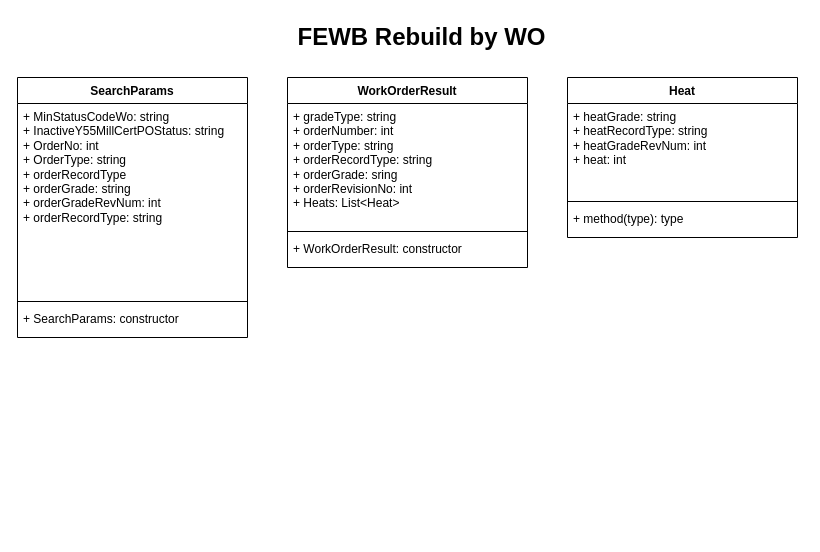
Earlier version of the draw.io diagram Diagrams/Untitled Diagram.drawio (LongJohnBlackbeard/IntegrifyAPITesting). Source tidied: cells renumbered, new cells numbered last; positions are measured from the earlier drawing's top-left corner, leaving out a move shared by most shapes. Both pictures are drawn from the tidied source at 100%, with x=0, y=0 at pixel (17, 17).
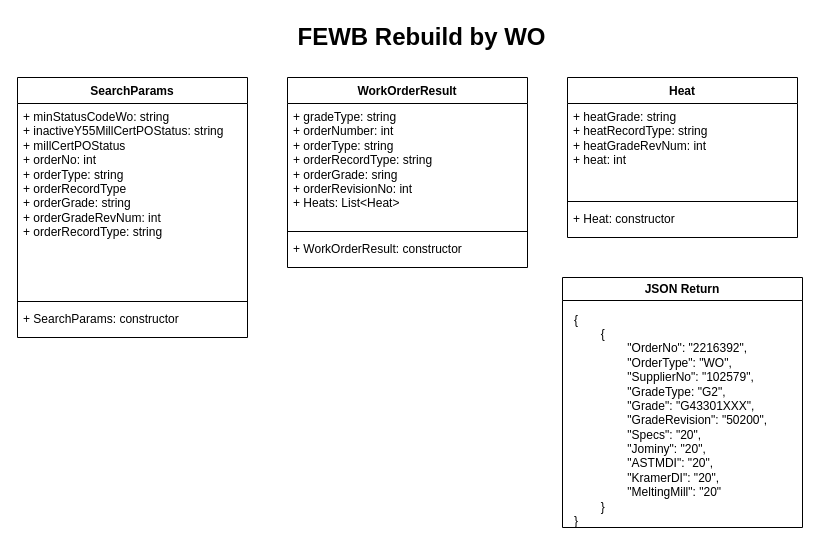
The same diagram, later.

Commit message:
added json result

The edit, as a diff of the source:
```diff
@@
 <mxGraphModel>
   <root>
     <mxCell id="0" />
     <mxCell id="1" parent="0" />
     <mxCell id="2" value="SearchParams" style="swimlane;fontStyle=1;align=center;verticalAlign=top;horizontal=1;startSize=26;whiteSpace=wrap;html=1;" parent="1" vertex="1">
       <mxGeometry y="60" width="230" height="260" as="geometry" />
     </mxCell>
-    <mxCell id="3" value="+ MinStatusCodeWo: string&lt;br&gt;+ InactiveY55MillCertPOStatus: string&lt;br&gt;+ OrderNo: int&lt;br&gt;+ OrderType: string&lt;br&gt;+ orderRecordType&lt;br&gt;+ orderGrade: string&lt;br&gt;+ orderGradeRevNum: int&lt;br&gt;+ orderRecordType: string" style="text;strokeColor=none;fillColor=none;align=left;verticalAlign=top;spacingLeft=4;spacingRight=4;overflow=hidden;whiteSpace=wrap;html=1;" parent="2" vertex="1">
+    <mxCell id="3" value="+ minStatusCodeWo: string&lt;br&gt;+ inactiveY55MillCertPOStatus: string&lt;br&gt;+ millCertPOStatus&lt;br&gt;+ orderNo: int&lt;br&gt;+ orderType: string&lt;br&gt;+ orderRecordType&lt;br&gt;+ orderGrade: string&lt;br&gt;+ orderGradeRevNum: int&lt;br&gt;+ orderRecordType: string&lt;br&gt;" style="text;strokeColor=none;fillColor=none;align=left;verticalAlign=top;spacingLeft=4;spacingRight=4;overflow=hidden;whiteSpace=wrap;html=1;" parent="2" vertex="1">
       <mxGeometry y="26" width="230" height="194" as="geometry" />
     </mxCell>
     <mxCell id="4" style="line;strokeWidth=1;fillColor=none;align=left;verticalAlign=middle;spacingTop=-1;spacingLeft=3;spacingRight=3;labelPosition=right;strokeColor=inherit;" parent="2" vertex="1">
       <mxGeometry y="220" width="230" height="8" as="geometry" />
     </mxCell>
     <mxCell id="5" value="+&amp;nbsp;SearchParams: constructor" style="text;strokeColor=none;fillColor=none;align=left;verticalAlign=top;spacingLeft=4;spacingRight=4;overflow=hidden;whiteSpace=wrap;html=1;" parent="2" vertex="1">
       <mxGeometry y="228" width="230" height="32" as="geometry" />
     </mxCell>
     <mxCell id="6" value="FEWB Rebuild by WO" style="text;strokeColor=none;fillColor=none;html=1;fontSize=24;fontStyle=1;verticalAlign=middle;align=center;" parent="1" vertex="1">
       <mxGeometry x="354" width="100" height="40" as="geometry" />
     </mxCell>
     <mxCell id="7" value="WorkOrderResult" style="swimlane;fontStyle=1;align=center;verticalAlign=top;horizontal=1;startSize=26;whiteSpace=wrap;html=1;" parent="1" vertex="1">
       <mxGeometry x="270" y="60" width="240" height="190" as="geometry" />
     </mxCell>
     <mxCell id="8" value="+ gradeType: string&lt;br&gt;+ orderNumber: int&lt;br&gt;+ orderType: string&lt;br&gt;+ orderRecordType: string&lt;br&gt;+ orderGrade: sring&lt;br&gt;+ orderRevisionNo: int&lt;br&gt;+ Heats: List&amp;lt;Heat&amp;gt;" style="text;strokeColor=none;fillColor=none;align=left;verticalAlign=top;spacingLeft=4;spacingRight=4;overflow=hidden;whiteSpace=wrap;html=1;" parent="7" vertex="1">
       <mxGeometry y="26" width="240" height="124" as="geometry" />
     </mxCell>
     <mxCell id="9" style="line;strokeWidth=1;fillColor=none;align=left;verticalAlign=middle;spacingTop=-1;spacingLeft=3;spacingRight=3;labelPosition=right;strokeColor=inherit;" parent="7" vertex="1">
       <mxGeometry y="150" width="240" height="8" as="geometry" />
     </mxCell>
     <mxCell id="10" value="+ WorkOrderResult: constructor" style="text;strokeColor=none;fillColor=none;align=left;verticalAlign=top;spacingLeft=4;spacingRight=4;overflow=hidden;whiteSpace=wrap;html=1;" parent="7" vertex="1">
       <mxGeometry y="158" width="240" height="32" as="geometry" />
     </mxCell>
     <mxCell id="11" value="Heat" style="swimlane;fontStyle=1;align=center;verticalAlign=top;horizontal=1;startSize=26;whiteSpace=wrap;html=1;" parent="1" vertex="1">
       <mxGeometry x="550" y="60" width="230" height="160" as="geometry" />
     </mxCell>
     <mxCell id="12" value="+ heatGrade: string&lt;br style=&quot;border-color: var(--border-color);&quot;&gt;+ heatRecordType: string&lt;br style=&quot;border-color: var(--border-color);&quot;&gt;+ heatGradeRevNum: int&lt;br style=&quot;border-color: var(--border-color);&quot;&gt;+ heat: int" style="text;strokeColor=none;fillColor=none;align=left;verticalAlign=top;spacingLeft=4;spacingRight=4;overflow=hidden;whiteSpace=wrap;html=1;" parent="11" vertex="1">
       <mxGeometry y="26" width="230" height="94" as="geometry" />
     </mxCell>
     <mxCell id="13" style="line;strokeWidth=1;fillColor=none;align=left;verticalAlign=middle;spacingTop=-1;spacingLeft=3;spacingRight=3;labelPosition=right;strokeColor=inherit;" parent="11" vertex="1">
       <mxGeometry y="120" width="230" height="8" as="geometry" />
     </mxCell>
-    <mxCell id="14" value="+ method(type): type" style="text;strokeColor=none;fillColor=none;align=left;verticalAlign=top;spacingLeft=4;spacingRight=4;overflow=hidden;whiteSpace=wrap;html=1;" parent="11" vertex="1">
+    <mxCell id="14" value="+ Heat: constructor" style="text;strokeColor=none;fillColor=none;align=left;verticalAlign=top;spacingLeft=4;spacingRight=4;overflow=hidden;whiteSpace=wrap;html=1;" parent="11" vertex="1">
       <mxGeometry y="128" width="230" height="32" as="geometry" />
     </mxCell>
+    <mxCell id="15" value="JSON Return" style="swimlane;whiteSpace=wrap;html=1;" parent="1" vertex="1">
+      <mxGeometry x="545" y="260" width="240" height="250" as="geometry" />
+    </mxCell>
+    <mxCell id="16" value="{&lt;br&gt;&lt;span style=&quot;white-space: pre;&quot;&gt;&#9;&lt;/span&gt;{&lt;br&gt;&lt;span style=&quot;white-space: pre;&quot;&gt;&#9;&lt;span style=&quot;white-space: pre;&quot;&gt;&#9;&lt;/span&gt;&quot;O&lt;/span&gt;rderNo&quot;: &quot;2216392&quot;,&lt;br&gt;&lt;div style=&quot;&quot;&gt;&lt;span style=&quot;white-space-collapse: preserve; background-color: initial;&quot;&gt;&#9;&lt;/span&gt;&lt;span style=&quot;white-space-collapse: preserve; background-color: initial;&quot;&gt;&#9;&lt;/span&gt;&quot;OrderType&quot;: &quot;WO&quot;,&lt;/div&gt;&lt;div style=&quot;&quot;&gt;&lt;span style=&quot;white-space: pre;&quot;&gt;&#9;&lt;/span&gt;&lt;span style=&quot;white-space: pre;&quot;&gt;&#9;&lt;/span&gt;&quot;SupplierNo&quot;: &quot;102579&quot;,&lt;br&gt;&lt;/div&gt;&lt;div style=&quot;&quot;&gt;&lt;span style=&quot;white-space: pre;&quot;&gt;&#9;&lt;/span&gt;&lt;span style=&quot;white-space: pre;&quot;&gt;&#9;&lt;/span&gt;&quot;GradeType: &quot;G2&quot;,&lt;br&gt;&lt;/div&gt;&lt;div style=&quot;&quot;&gt;&lt;span style=&quot;white-space: pre;&quot;&gt;&#9;&lt;/span&gt;&lt;span style=&quot;white-space: pre;&quot;&gt;&#9;&lt;/span&gt;&quot;Grade&quot;: &quot;G43301XXX&quot;,&lt;br&gt;&lt;/div&gt;&lt;div style=&quot;&quot;&gt;&lt;span style=&quot;white-space: pre;&quot;&gt;&#9;&lt;/span&gt;&lt;span style=&quot;white-space: pre;&quot;&gt;&#9;&lt;/span&gt;&quot;GradeRevision&quot;: &quot;50200&quot;,&lt;br&gt;&lt;/div&gt;&lt;div style=&quot;&quot;&gt;&lt;span style=&quot;white-space: pre;&quot;&gt;&#9;&lt;/span&gt;&lt;span style=&quot;white-space: pre;&quot;&gt;&#9;&lt;/span&gt;&quot;Specs&quot;: &quot;20&quot;,&lt;br&gt;&lt;/div&gt;&lt;div style=&quot;&quot;&gt;&lt;span style=&quot;white-space: pre;&quot;&gt;&#9;&lt;/span&gt;&lt;span style=&quot;white-space: pre;&quot;&gt;&#9;&lt;/span&gt;&quot;Jominy&quot;: &quot;20&quot;,&lt;br&gt;&lt;/div&gt;&lt;div style=&quot;&quot;&gt;&lt;span style=&quot;white-space: pre;&quot;&gt;&#9;&lt;/span&gt;&lt;span style=&quot;white-space: pre;&quot;&gt;&#9;&lt;/span&gt;&quot;ASTMDI&quot;: &quot;20&quot;,&lt;br&gt;&lt;/div&gt;&lt;div style=&quot;&quot;&gt;&lt;span style=&quot;white-space: pre;&quot;&gt;&#9;&lt;/span&gt;&lt;span style=&quot;white-space: pre;&quot;&gt;&#9;&lt;/span&gt;&quot;KramerDI&quot;: &quot;20&quot;,&lt;br&gt;&lt;/div&gt;&lt;div style=&quot;&quot;&gt;&lt;span style=&quot;white-space: pre;&quot;&gt;&#9;&lt;/span&gt;&lt;span style=&quot;white-space: pre;&quot;&gt;&#9;&lt;/span&gt;&quot;MeltingMill&quot;: &quot;20&quot;&lt;/div&gt;&lt;span style=&quot;white-space: pre;&quot;&gt;&#9;&lt;/span&gt;}&lt;br&gt;}" style="text;html=1;align=left;verticalAlign=middle;strokeColor=none;fillColor=none;" parent="15" vertex="1">
+      <mxGeometry x="10" y="28" width="220" height="230" as="geometry" />
+    </mxCell>
   </root>
 </mxGraphModel>
```
